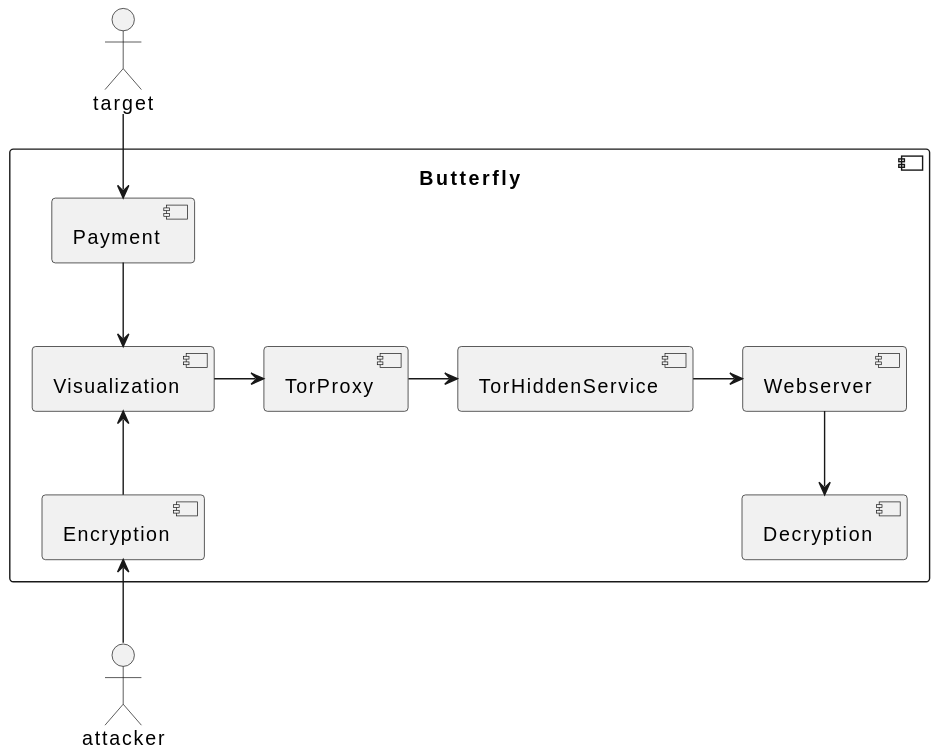
Before: architecture/component_diagrams/butterfly.svg, a diagram exported from PlantUML (bierschi/butterfly).
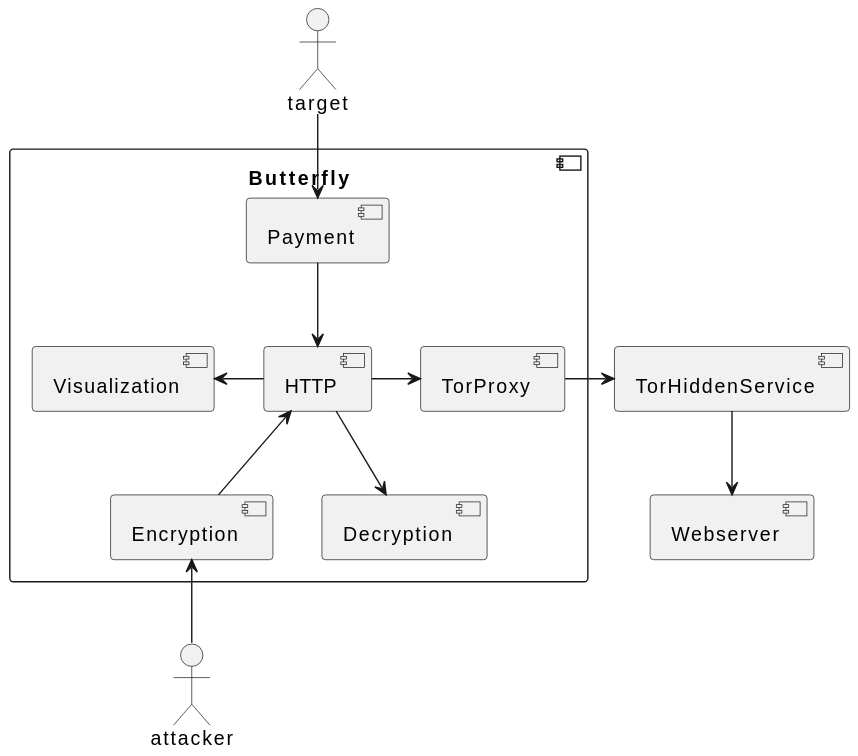
Above is the later version.

Commit message:
Updated the bfly component diagram

What changed in the source:
```diff
@@ -9,22 +9,26 @@
 
 component Payment
 component Visualization
+component HTTP
+
+component TorProxy
+
+attacker -u-> Encryption
+Encryption -u-> HTTP
+
+target -d-> Payment
+Payment -d-> HTTP
+
+HTTP -> TorProxy
+
+HTTP -l-> Visualization
+
+HTTP -d-> Decryption
+}
+
+component TorHiddenService
 component Webserver
 
-component TorProxy
-component TorHiddenService
-
-attacker -u-> Encryption
-Encryption -u-> Visualization
-
-target -d-> Payment
-Payment -d-> Visualization
-
-Visualization -> TorProxy
 TorProxy -> TorHiddenService
-TorHiddenService -> Webserver
-
-Webserver -d-> Decryption
-
-}
+TorHiddenService -d-> Webserver
 @enduml
```
